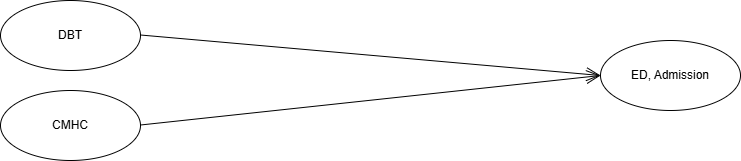
This is Untitled Diagram.drawio.png from gbarbalat/DBT-ED, a draw.io export, as it was before one commit. Source tidied: cells renumbered, new cells last; positions are measured from the earlier drawing's top-left corner, leaving out a move shared by most shapes.
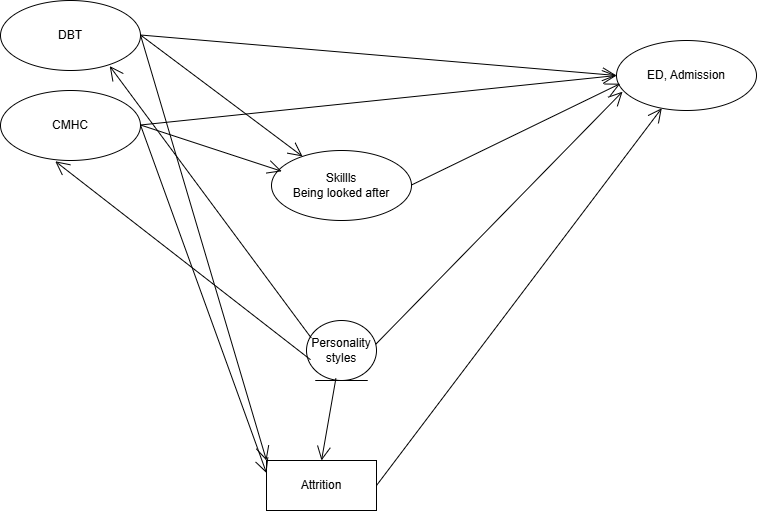
The same file after the commit.

What changed in the source:
```diff
@@ -9,7 +9,7 @@
       <mxGeometry y="90" width="140" height="70" as="geometry" />
     </mxCell>
     <mxCell id="4" value="ED, Admission" style="ellipse;whiteSpace=wrap;html=1;" parent="1" vertex="1">
-      <mxGeometry x="600" y="40" width="140" height="70" as="geometry" />
+      <mxGeometry x="616" y="40" width="140" height="70" as="geometry" />
     </mxCell>
     <mxCell id="5" style="endArrow=open;endFill=1;endSize=12;html=1;rounded=0;entryX=0;entryY=0.5;entryDx=0;entryDy=0;" parent="1" edge="1" target="4">
       <mxGeometry relative="1" as="geometry">
@@ -21,5 +21,54 @@
         <mxPoint x="140" y="124.5" as="sourcePoint" />
       </mxGeometry>
     </mxCell>
+    <mxCell id="7" value="Attrition" style="html=1;whiteSpace=wrap;" parent="1" vertex="1">
+      <mxGeometry x="266" y="460" width="110" height="50" as="geometry" />
+    </mxCell>
+    <mxCell id="8" style="endArrow=open;endFill=1;endSize=12;html=1;rounded=0;entryX=0;entryY=0;entryDx=0;entryDy=0;" parent="1" edge="1" target="7">
+      <mxGeometry relative="1" as="geometry">
+        <mxPoint x="140" y="34.5" as="sourcePoint" />
+      </mxGeometry>
+    </mxCell>
+    <mxCell id="9" style="endArrow=open;endFill=1;endSize=12;html=1;rounded=0;entryX=0;entryY=0.25;entryDx=0;entryDy=0;" parent="1" edge="1" target="7">
+      <mxGeometry relative="1" as="geometry">
+        <mxPoint x="140" y="124.5" as="sourcePoint" />
+      </mxGeometry>
+    </mxCell>
+    <mxCell id="10" style="endArrow=open;endFill=1;endSize=12;html=1;rounded=0;exitX=1;exitY=0.5;exitDx=0;exitDy=0;" parent="1" edge="1" source="7" target="4">
+      <mxGeometry relative="1" as="geometry" />
+    </mxCell>
+    <mxCell id="11" value="Personality styles" style="ellipse;shape=umlEntity;whiteSpace=wrap;html=1;" parent="1" vertex="1">
+      <mxGeometry x="306" y="320" width="70" height="60" as="geometry" />
+    </mxCell>
+    <mxCell id="12" style="endArrow=open;endFill=1;endSize=12;html=1;rounded=0;entryX=0.043;entryY=0.731;entryDx=0;entryDy=0;entryPerimeter=0;exitX=0.99;exitY=0.395;exitDx=0;exitDy=0;exitPerimeter=0;" parent="1" edge="1" source="11" target="4">
+      <mxGeometry relative="1" as="geometry" />
+    </mxCell>
+    <mxCell id="13" style="endArrow=open;endFill=1;endSize=12;html=1;rounded=0;entryX=0.5;entryY=0;entryDx=0;entryDy=0;exitX=0.42;exitY=0.965;exitDx=0;exitDy=0;exitPerimeter=0;" parent="1" edge="1" source="11" target="7">
+      <mxGeometry relative="1" as="geometry" />
+    </mxCell>
+    <mxCell id="14" value="Skillls&lt;div&gt;Being looked after&lt;/div&gt;" style="ellipse;whiteSpace=wrap;html=1;" parent="1" vertex="1">
+      <mxGeometry x="271" y="150" width="140" height="70" as="geometry" />
+    </mxCell>
+    <mxCell id="15" style="endArrow=open;endFill=1;endSize=12;html=1;rounded=0;" parent="1" edge="1" target="14">
+      <mxGeometry relative="1" as="geometry">
+        <mxPoint x="140" y="34.5" as="sourcePoint" />
+      </mxGeometry>
+    </mxCell>
+    <mxCell id="16" style="endArrow=open;endFill=1;endSize=12;html=1;rounded=0;entryX=0.073;entryY=0.297;entryDx=0;entryDy=0;entryPerimeter=0;" parent="1" edge="1" target="14">
+      <mxGeometry relative="1" as="geometry">
+        <mxPoint x="140" y="124.5" as="sourcePoint" />
+      </mxGeometry>
+    </mxCell>
+    <mxCell id="17" style="endArrow=open;endFill=1;endSize=12;html=1;rounded=0;entryX=0.026;entryY=0.617;entryDx=0;entryDy=0;entryPerimeter=0;" parent="1" edge="1" target="4">
+      <mxGeometry relative="1" as="geometry">
+        <mxPoint x="411" y="184.5" as="sourcePoint" />
+      </mxGeometry>
+    </mxCell>
+    <mxCell id="18" style="endArrow=open;endFill=1;endSize=12;html=1;rounded=0;entryX=0.391;entryY=1.011;entryDx=0;entryDy=0;entryPerimeter=0;exitX=0.057;exitY=0.653;exitDx=0;exitDy=0;exitPerimeter=0;" parent="1" edge="1" source="11" target="3">
+      <mxGeometry relative="1" as="geometry" />
+    </mxCell>
+    <mxCell id="19" style="endArrow=open;endFill=1;endSize=12;html=1;rounded=0;entryX=0.78;entryY=0.937;entryDx=0;entryDy=0;entryPerimeter=0;exitX=0.069;exitY=0.293;exitDx=0;exitDy=0;exitPerimeter=0;" parent="1" edge="1" source="11" target="2">
+      <mxGeometry relative="1" as="geometry" />
+    </mxCell>
   </root>
 </mxGraphModel>
```
